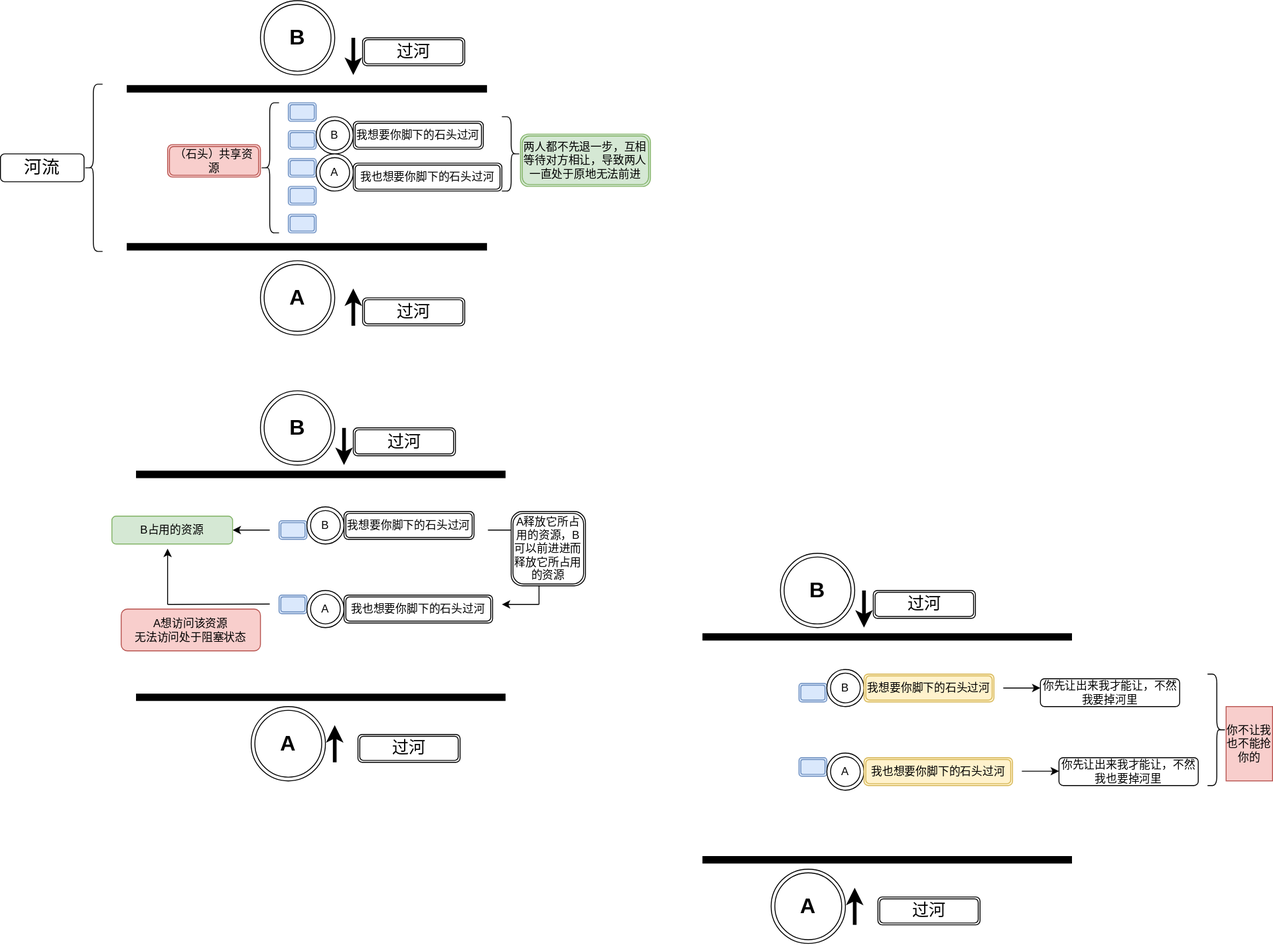
Before: 操作系统/死锁.svg, a diagram exported from draw.io (shenbeipiao/Reading-notes). Source tidied: cells renumbered, new cells last; positions are measured from the earlier drawing's top-left corner, leaving out a move shared by most shapes.
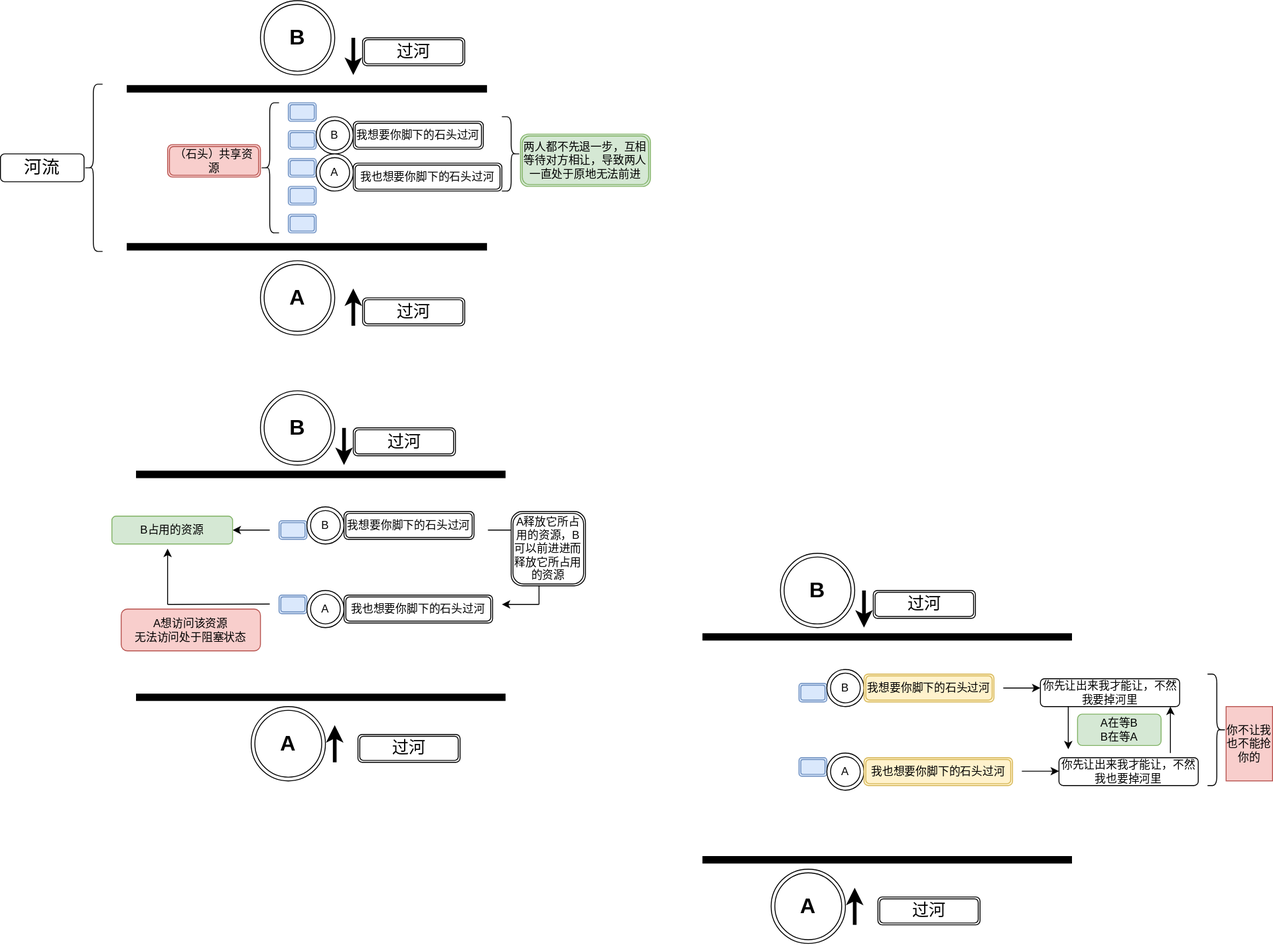
The same file after the commit.

Change to the diagram source:
```diff
@@ -233,5 +233,20 @@
     <mxCell id="64" value="你不让我也不能抢你的" style="rounded=0;whiteSpace=wrap;html=1;fillColor=#f8cecc;strokeColor=#b85450;" parent="1" vertex="1">
       <mxGeometry x="1320" y="760" width="50" height="80" as="geometry" />
     </mxCell>
+    <mxCell id="65" style="endArrow=classic;html=1;rounded=0;" parent="1" edge="1">
+      <mxGeometry relative="1" as="geometry">
+        <mxPoint x="1260" y="810" as="sourcePoint" />
+        <mxPoint x="1260" y="760" as="targetPoint" />
+      </mxGeometry>
+    </mxCell>
+    <mxCell id="66" style="endArrow=classic;html=1;rounded=0;exitX=0.182;exitY=0.956;exitDx=0;exitDy=0;exitPerimeter=0;" parent="1" edge="1">
+      <mxGeometry relative="1" as="geometry">
+        <mxPoint x="1150" y="760" as="sourcePoint" />
+        <mxPoint x="1150" y="806" as="targetPoint" />
+      </mxGeometry>
+    </mxCell>
+    <mxCell id="67" value="A在等B&lt;br&gt;B在等A" style="rounded=1;whiteSpace=wrap;html=1;fillColor=#d5e8d4;strokeColor=#82b366;" parent="1" vertex="1">
+      <mxGeometry x="1160" y="768.1" width="90" height="33.8" as="geometry" />
+    </mxCell>
   </root>
 </mxGraphModel>
```
